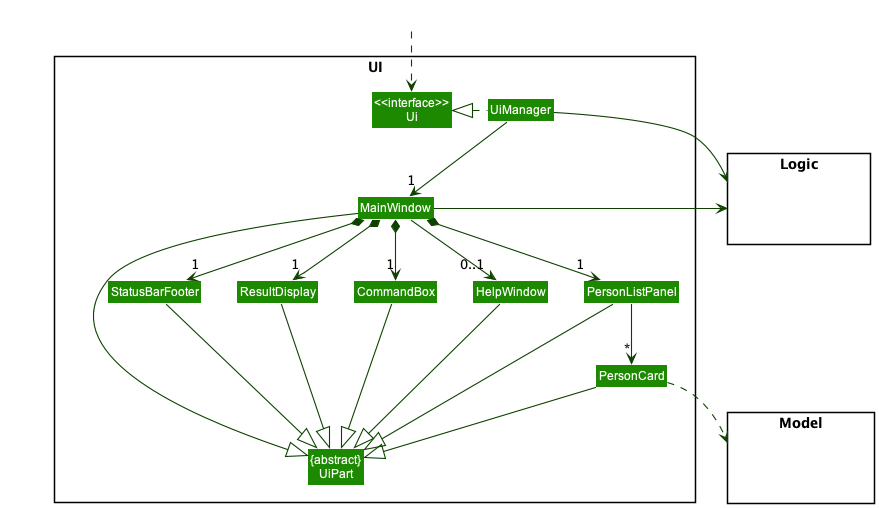
Before: docs/images/UiClassDiagram.png, a diagram exported from PlantUML (nus-cs2103-AY2223S1/tp).
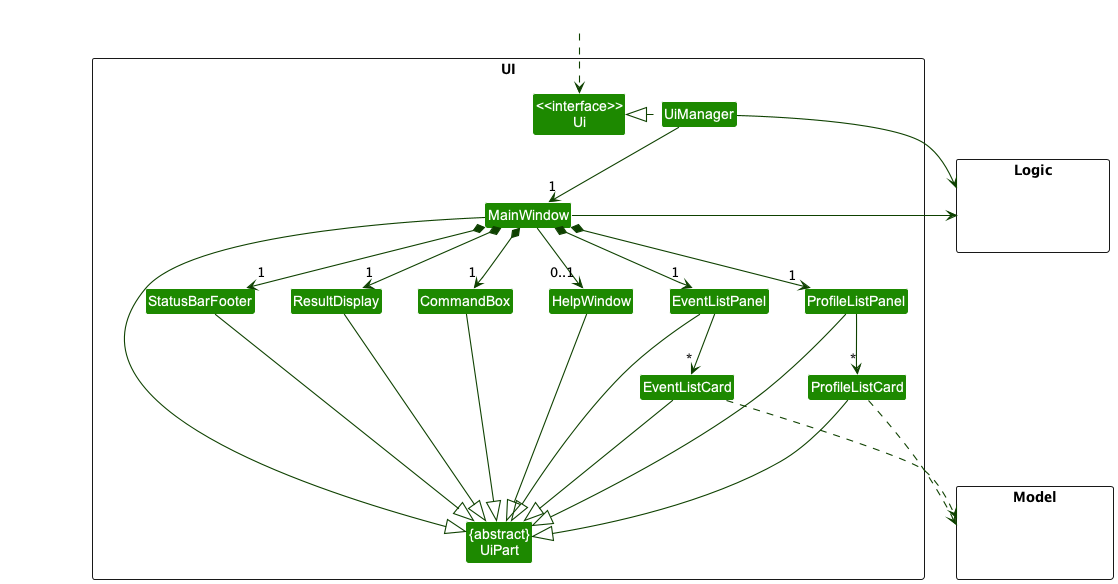
Above is the later version.

Change to the diagram source:
```diff
@@ -11,8 +11,10 @@
 Class MainWindow
 Class HelpWindow
 Class ResultDisplay
-Class PersonListPanel
-Class PersonCard
+Class ProfileListPanel
+Class EventListPanel
+Class ProfileListCard
+Class EventListCard
 Class StatusBarFooter
 Class CommandBox
 }
@@ -32,26 +34,32 @@
 UiManager -down-> "1" MainWindow
 MainWindow *-down->  "1" CommandBox
 MainWindow *-down-> "1" ResultDisplay
-MainWindow *-down-> "1" PersonListPanel
+MainWindow *-down-> "1" ProfileListPanel
+MainWindow *-down-> "1" EventListPanel
 MainWindow *-down-> "1" StatusBarFooter
 MainWindow --> "0..1" HelpWindow
 
-PersonListPanel -down-> "*" PersonCard
+ProfileListPanel -down-> "*" ProfileListCard
+EventListPanel -down-> "*" EventListCard
 
 MainWindow -left-|> UiPart
 
 ResultDisplay --|> UiPart
 CommandBox --|> UiPart
-PersonListPanel --|> UiPart
-PersonCard --|> UiPart
+ProfileListPanel --|> UiPart
+EventListPanel --|> UiPart
+ProfileListCard ---|> UiPart
+EventListCard ---|> UiPart
 StatusBarFooter --|> UiPart
 HelpWindow --|> UiPart
 
-PersonCard ..> Model
+ProfileListCard ...> Model
+EventListCard ...> Model
 UiManager -right-> Logic
 MainWindow -left-> Logic
 
-PersonListPanel -[hidden]left- HelpWindow
+ProfileListPanel -[hidden]left- HelpWindow
+EventListPanel -[hidden]left- HelpWindow
 HelpWindow -[hidden]left- CommandBox
 CommandBox -[hidden]left- ResultDisplay
 ResultDisplay -[hidden]left- StatusBarFooter
```
